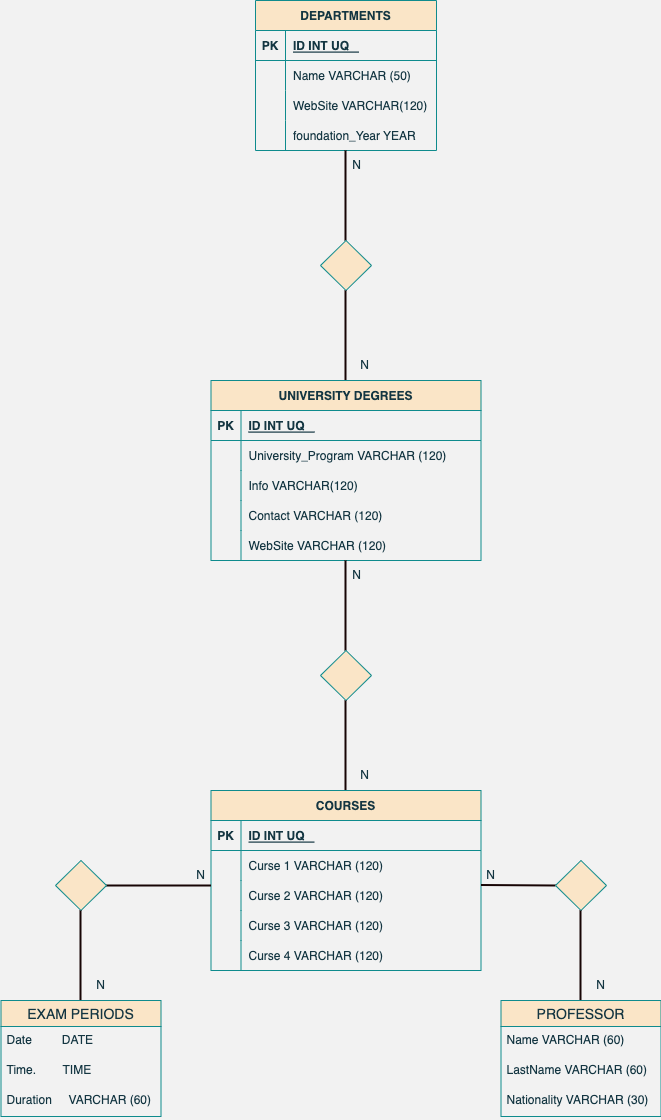
Before: db-university.png, a diagram exported from draw.io (DennisEmp/db-university). Source tidied: cells renumbered, new cells last; positions are measured from the earlier drawing's top-left corner, leaving out a move shared by most shapes.
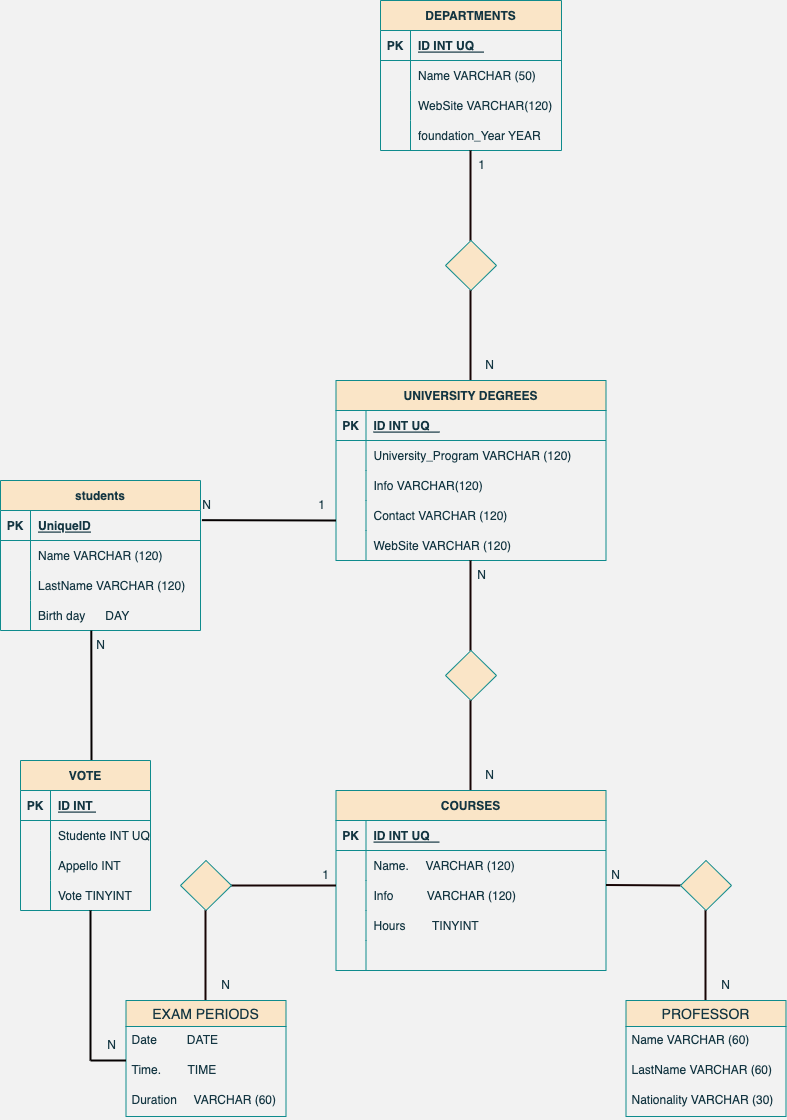
Later version of the same file.

What changed in the source:
```diff
@@ -56,7 +56,7 @@
         <mxPoint x="344" y="290" as="targetPoint" />
       </mxGeometry>
     </mxCell>
-    <mxCell id="18" value="N&lt;br&gt;" style="text;html=1;align=center;verticalAlign=middle;strokeColor=none;fillColor=none;fontColor=#143642;" parent="1" vertex="1">
+    <mxCell id="18" value="1" style="text;html=1;align=center;verticalAlign=middle;strokeColor=none;fillColor=none;fontColor=#143642;" parent="1" vertex="1">
       <mxGeometry x="340" y="150" width="30" height="30" as="geometry" />
     </mxCell>
     <mxCell id="19" value="N&lt;br&gt;" style="text;html=1;align=center;verticalAlign=middle;strokeColor=none;fillColor=none;fontColor=#143642;" parent="1" vertex="1">
@@ -149,7 +149,7 @@
     <mxCell id="46" style="shape=partialRectangle;fillColor=none;top=0;left=0;bottom=0;right=0;overflow=hidden;rounded=0;labelBackgroundColor=none;strokeColor=#0F8B8D;fontColor=#143642;" parent="45" vertex="1">
       <mxGeometry width="30" height="30" as="geometry" />
     </mxCell>
-    <mxCell id="47" value="Curse 1 VARCHAR (120)" style="shape=partialRectangle;fillColor=none;top=0;left=0;bottom=0;right=0;align=left;spacingLeft=6;overflow=hidden;rounded=0;labelBackgroundColor=none;strokeColor=#0F8B8D;fontColor=#143642;" parent="45" vertex="1">
+    <mxCell id="47" value="Name.     VARCHAR (120)" style="shape=partialRectangle;fillColor=none;top=0;left=0;bottom=0;right=0;align=left;spacingLeft=6;overflow=hidden;rounded=0;labelBackgroundColor=none;strokeColor=#0F8B8D;fontColor=#143642;" parent="45" vertex="1">
       <mxGeometry x="30" width="240" height="30" as="geometry" />
     </mxCell>
     <mxCell id="48" style="shape=tableRow;horizontal=0;startSize=0;swimlaneHead=0;swimlaneBody=0;fillColor=none;top=0;left=0;right=0;bottom=0;rounded=0;labelBackgroundColor=none;strokeColor=#0F8B8D;fontColor=#143642;" parent="41" vertex="1">
@@ -158,7 +158,7 @@
     <mxCell id="49" style="shape=partialRectangle;fillColor=none;top=0;left=0;bottom=0;right=0;overflow=hidden;rounded=0;labelBackgroundColor=none;strokeColor=#0F8B8D;fontColor=#143642;" parent="48" vertex="1">
       <mxGeometry width="30" height="30" as="geometry" />
     </mxCell>
-    <mxCell id="50" value="Curse 2 VARCHAR (120)" style="shape=partialRectangle;fillColor=none;top=0;left=0;bottom=0;right=0;align=left;spacingLeft=6;overflow=hidden;rounded=0;labelBackgroundColor=none;strokeColor=#0F8B8D;fontColor=#143642;" parent="48" vertex="1">
+    <mxCell id="50" value="Info          VARCHAR (120)" style="shape=partialRectangle;fillColor=none;top=0;left=0;bottom=0;right=0;align=left;spacingLeft=6;overflow=hidden;rounded=0;labelBackgroundColor=none;strokeColor=#0F8B8D;fontColor=#143642;" parent="48" vertex="1">
       <mxGeometry x="30" width="240" height="30" as="geometry" />
     </mxCell>
     <mxCell id="51" style="shape=tableRow;horizontal=0;startSize=0;swimlaneHead=0;swimlaneBody=0;fillColor=none;top=0;left=0;right=0;bottom=0;rounded=0;labelBackgroundColor=none;strokeColor=#0F8B8D;fontColor=#143642;" parent="41" vertex="1">
@@ -167,7 +167,7 @@
     <mxCell id="52" style="shape=partialRectangle;fillColor=none;top=0;left=0;bottom=0;right=0;overflow=hidden;rounded=0;labelBackgroundColor=none;strokeColor=#0F8B8D;fontColor=#143642;" parent="51" vertex="1">
       <mxGeometry width="30" height="30" as="geometry" />
     </mxCell>
-    <mxCell id="53" value="Curse 3 VARCHAR (120)" style="shape=partialRectangle;fillColor=none;top=0;left=0;bottom=0;right=0;align=left;spacingLeft=6;overflow=hidden;rounded=0;labelBackgroundColor=none;strokeColor=#0F8B8D;fontColor=#143642;" parent="51" vertex="1">
+    <mxCell id="53" value="Hours        TINYINT" style="shape=partialRectangle;fillColor=none;top=0;left=0;bottom=0;right=0;align=left;spacingLeft=6;overflow=hidden;rounded=0;labelBackgroundColor=none;strokeColor=#0F8B8D;fontColor=#143642;" parent="51" vertex="1">
       <mxGeometry x="30" width="240" height="30" as="geometry" />
     </mxCell>
     <mxCell id="54" style="shape=tableRow;horizontal=0;startSize=0;swimlaneHead=0;swimlaneBody=0;fillColor=none;top=0;left=0;right=0;bottom=0;strokeColor=#0F8B8D;fontColor=#143642;" parent="41" vertex="1">
@@ -176,7 +176,7 @@
     <mxCell id="55" style="shape=partialRectangle;fillColor=none;top=0;left=0;bottom=0;right=0;overflow=hidden;strokeColor=#0F8B8D;fontColor=#143642;" parent="54" vertex="1">
       <mxGeometry width="30" height="30" as="geometry" />
     </mxCell>
-    <mxCell id="56" value="Curse 4 VARCHAR (120)" style="shape=partialRectangle;fillColor=none;top=0;left=0;bottom=0;right=0;align=left;spacingLeft=6;overflow=hidden;strokeColor=#0F8B8D;fontColor=#143642;" parent="54" vertex="1">
+    <mxCell id="56" style="shape=partialRectangle;fillColor=none;top=0;left=0;bottom=0;right=0;align=left;spacingLeft=6;overflow=hidden;strokeColor=#0F8B8D;fontColor=#143642;" parent="54" vertex="1">
       <mxGeometry x="30" width="240" height="30" as="geometry" />
     </mxCell>
     <mxCell id="57" style="endArrow=none;html=1;rounded=0;strokeColor=#170404;fontColor=#143642;fillColor=#FAE5C7;strokeWidth=2;exitX=0;exitY=0.5;exitDx=0;exitDy=0;" parent="1" edge="1" source="58">
@@ -225,10 +225,10 @@
         <mxPoint x="79" y="910" as="targetPoint" />
       </mxGeometry>
     </mxCell>
-    <mxCell id="69" value="N&lt;br&gt;" style="text;html=1;align=center;verticalAlign=middle;strokeColor=none;fillColor=none;fontColor=#143642;" parent="1" vertex="1">
+    <mxCell id="69" value="1" style="text;html=1;align=center;verticalAlign=middle;strokeColor=none;fillColor=none;fontColor=#143642;" parent="1" vertex="1">
       <mxGeometry x="184" y="860" width="30" height="30" as="geometry" />
     </mxCell>
-    <mxCell id="70" value="N&lt;br&gt;" style="text;html=1;align=center;verticalAlign=middle;strokeColor=none;fillColor=none;fontColor=#143642;" parent="1" vertex="1">
+    <mxCell id="70" value="N" style="text;html=1;align=center;verticalAlign=middle;strokeColor=none;fillColor=none;fontColor=#143642;" parent="1" vertex="1">
       <mxGeometry x="84" y="970" width="30" height="30" as="geometry" />
     </mxCell>
     <mxCell id="71" value="EXAM PERIODS" style="swimlane;fontStyle=0;horizontal=1;startSize=26;align=center;fontSize=14;strokeColor=#0F8B8D;fontColor=#143642;fillColor=#FAE5C7;" parent="1" vertex="1">
@@ -243,5 +243,117 @@
     <mxCell id="74" value="Duration     VARCHAR (60)" style="text;strokeColor=none;fillColor=none;spacingLeft=4;spacingRight=4;overflow=hidden;fontSize=12;fontColor=#143642;" parent="71" vertex="1">
       <mxGeometry y="86" width="160" height="30" as="geometry" />
     </mxCell>
+    <mxCell id="75" value="students" style="shape=table;startSize=30;rowLines=0;fontStyle=1;align=center;strokeColor=#0F8B8D;fontColor=#143642;fillColor=#FAE5C7;" parent="1" vertex="1">
+      <mxGeometry x="-126" y="480" width="200" height="150" as="geometry" />
+    </mxCell>
+    <mxCell id="76" style="shape=tableRow;horizontal=0;startSize=0;swimlaneHead=0;swimlaneBody=0;fillColor=none;points=[[0,0.5],[1,0.5]];portConstraint=eastwest;top=0;left=0;right=0;bottom=1;strokeColor=#0F8B8D;fontColor=#143642;" parent="75" vertex="1">
+      <mxGeometry y="30" width="200" height="30" as="geometry" />
+    </mxCell>
+    <mxCell id="77" value="PK" style="shape=partialRectangle;fillColor=none;top=0;left=0;bottom=0;right=0;fontStyle=1;overflow=hidden;strokeColor=#0F8B8D;fontColor=#143642;" parent="76" vertex="1">
+      <mxGeometry width="30" height="30" as="geometry" />
+    </mxCell>
+    <mxCell id="78" value="UniqueID" style="shape=partialRectangle;fillColor=none;top=0;left=0;bottom=0;right=0;align=left;spacingLeft=6;fontStyle=5;overflow=hidden;strokeColor=#0F8B8D;fontColor=#143642;" parent="76" vertex="1">
+      <mxGeometry x="30" width="170" height="30" as="geometry" />
+    </mxCell>
+    <mxCell id="79" style="shape=tableRow;horizontal=0;startSize=0;swimlaneHead=0;swimlaneBody=0;fillColor=none;top=0;left=0;right=0;bottom=0;strokeColor=#0F8B8D;fontColor=#143642;" parent="75" vertex="1">
+      <mxGeometry y="60" width="200" height="30" as="geometry" />
+    </mxCell>
+    <mxCell id="80" style="shape=partialRectangle;fillColor=none;top=0;left=0;bottom=0;right=0;overflow=hidden;strokeColor=#0F8B8D;fontColor=#143642;" parent="79" vertex="1">
+      <mxGeometry width="30" height="30" as="geometry" />
+    </mxCell>
+    <mxCell id="81" value="Name VARCHAR (120)" style="shape=partialRectangle;fillColor=none;top=0;left=0;bottom=0;right=0;align=left;spacingLeft=6;overflow=hidden;strokeColor=#0F8B8D;fontColor=#143642;" parent="79" vertex="1">
+      <mxGeometry x="30" width="170" height="30" as="geometry" />
+    </mxCell>
+    <mxCell id="82" style="shape=tableRow;horizontal=0;startSize=0;swimlaneHead=0;swimlaneBody=0;fillColor=none;top=0;left=0;right=0;bottom=0;strokeColor=#0F8B8D;fontColor=#143642;" parent="75" vertex="1">
+      <mxGeometry y="90" width="200" height="30" as="geometry" />
+    </mxCell>
+    <mxCell id="83" style="shape=partialRectangle;fillColor=none;top=0;left=0;bottom=0;right=0;overflow=hidden;strokeColor=#0F8B8D;fontColor=#143642;" parent="82" vertex="1">
+      <mxGeometry width="30" height="30" as="geometry" />
+    </mxCell>
+    <mxCell id="84" value="LastName VARCHAR (120)" style="shape=partialRectangle;fillColor=none;top=0;left=0;bottom=0;right=0;align=left;spacingLeft=6;overflow=hidden;strokeColor=#0F8B8D;fontColor=#143642;" parent="82" vertex="1">
+      <mxGeometry x="30" width="170" height="30" as="geometry" />
+    </mxCell>
+    <mxCell id="85" style="shape=tableRow;horizontal=0;startSize=0;swimlaneHead=0;swimlaneBody=0;fillColor=none;points=[[0,0.5],[1,0.5]];portConstraint=eastwest;top=0;left=0;right=0;bottom=0;strokeColor=#0F8B8D;fontColor=#143642;" parent="75" vertex="1">
+      <mxGeometry y="120" width="200" height="30" as="geometry" />
+    </mxCell>
+    <mxCell id="86" style="shape=partialRectangle;fillColor=none;top=0;left=0;bottom=0;right=0;overflow=hidden;strokeColor=#0F8B8D;fontColor=#143642;" parent="85" vertex="1">
+      <mxGeometry width="30" height="30" as="geometry" />
+    </mxCell>
+    <mxCell id="87" value="Birth day      DAY" style="shape=partialRectangle;fillColor=none;top=0;left=0;bottom=0;right=0;align=left;spacingLeft=6;overflow=hidden;strokeColor=#0F8B8D;fontColor=#143642;" parent="85" vertex="1">
+      <mxGeometry x="30" width="170" height="30" as="geometry" />
+    </mxCell>
+    <mxCell id="88" style="endArrow=none;html=1;rounded=0;strokeColor=#050101;strokeWidth=2;fontColor=#143642;endSize=6;targetPerimeterSpacing=0;fillColor=#FAE5C7;exitX=1.007;exitY=0.322;exitDx=0;exitDy=0;exitPerimeter=0;" parent="1" edge="1" source="76">
+      <mxGeometry relative="1" as="geometry">
+        <mxPoint x="209.5" y="520" as="targetPoint" />
+      </mxGeometry>
+    </mxCell>
+    <mxCell id="89" style="endArrow=none;html=1;rounded=0;strokeColor=#050101;strokeWidth=2;fontColor=#143642;endSize=6;targetPerimeterSpacing=0;fillColor=#FAE5C7;entryX=0.454;entryY=1.003;entryDx=0;entryDy=0;entryPerimeter=0;" parent="1" edge="1" target="85">
+      <mxGeometry relative="1" as="geometry">
+        <mxPoint x="-35" y="760" as="sourcePoint" />
+      </mxGeometry>
+    </mxCell>
+    <mxCell id="90" style="endArrow=none;html=1;rounded=0;strokeColor=#050101;strokeWidth=2;fontColor=#143642;endSize=6;targetPerimeterSpacing=0;fillColor=#FAE5C7;" parent="1" edge="1">
+      <mxGeometry relative="1" as="geometry">
+        <mxPoint x="-36" y="1060" as="sourcePoint" />
+        <mxPoint x="-0.5" y="1060" as="targetPoint" />
+      </mxGeometry>
+    </mxCell>
+    <mxCell id="91" value="N&lt;br&gt;" style="text;html=1;align=center;verticalAlign=middle;strokeColor=none;fillColor=none;fontColor=#143642;" parent="1" vertex="1">
+      <mxGeometry x="-30.5" y="1030" width="30" height="30" as="geometry" />
+    </mxCell>
+    <mxCell id="92" value="N&lt;br&gt;" style="text;html=1;align=center;verticalAlign=middle;strokeColor=none;fillColor=none;fontColor=#143642;" parent="1" vertex="1">
+      <mxGeometry x="-41" y="630" width="30" height="30" as="geometry" />
+    </mxCell>
+    <mxCell id="93" value="1" style="text;html=1;align=center;verticalAlign=middle;strokeColor=none;fillColor=none;fontColor=#143642;" parent="1" vertex="1">
+      <mxGeometry x="179.5" y="490" width="30" height="30" as="geometry" />
+    </mxCell>
+    <mxCell id="94" value="N&lt;br&gt;" style="text;html=1;align=center;verticalAlign=middle;strokeColor=none;fillColor=none;fontColor=#143642;" parent="1" vertex="1">
+      <mxGeometry x="64.5" y="490" width="30" height="30" as="geometry" />
+    </mxCell>
+    <mxCell id="95" value="VOTE" style="shape=table;startSize=30;rowLines=0;fontStyle=1;align=center;strokeColor=#0F8B8D;fontColor=#143642;fillColor=#FAE5C7;" parent="1" vertex="1">
+      <mxGeometry x="-106" y="760" width="130" height="150" as="geometry" />
+    </mxCell>
+    <mxCell id="96" style="shape=tableRow;horizontal=0;startSize=0;swimlaneHead=0;swimlaneBody=0;fillColor=none;top=0;left=0;right=0;bottom=1;strokeColor=#0F8B8D;fontColor=#143642;" parent="95" vertex="1">
+      <mxGeometry y="30" width="130" height="30" as="geometry" />
+    </mxCell>
+    <mxCell id="97" value="PK" style="shape=partialRectangle;fillColor=none;top=0;left=0;bottom=0;right=0;fontStyle=1;overflow=hidden;strokeColor=#0F8B8D;fontColor=#143642;" parent="96" vertex="1">
+      <mxGeometry width="30" height="30" as="geometry" />
+    </mxCell>
+    <mxCell id="98" value="ID INT " style="shape=partialRectangle;fillColor=none;top=0;left=0;bottom=0;right=0;align=left;spacingLeft=6;fontStyle=5;overflow=hidden;strokeColor=#0F8B8D;fontColor=#143642;" parent="96" vertex="1">
+      <mxGeometry x="30" width="100" height="30" as="geometry" />
+    </mxCell>
+    <mxCell id="99" style="shape=tableRow;horizontal=0;startSize=0;swimlaneHead=0;swimlaneBody=0;fillColor=none;top=0;left=0;right=0;bottom=0;strokeColor=#0F8B8D;fontColor=#143642;" parent="95" vertex="1">
+      <mxGeometry y="60" width="130" height="30" as="geometry" />
+    </mxCell>
+    <mxCell id="100" style="shape=partialRectangle;fillColor=none;top=0;left=0;bottom=0;right=0;overflow=hidden;strokeColor=#0F8B8D;fontColor=#143642;" parent="99" vertex="1">
+      <mxGeometry width="30" height="30" as="geometry" />
+    </mxCell>
+    <mxCell id="101" value="Studente INT UQ" style="shape=partialRectangle;fillColor=none;top=0;left=0;bottom=0;right=0;align=left;spacingLeft=6;overflow=hidden;strokeColor=#0F8B8D;fontColor=#143642;" parent="99" vertex="1">
+      <mxGeometry x="30" width="100" height="30" as="geometry" />
+    </mxCell>
+    <mxCell id="102" style="shape=tableRow;horizontal=0;startSize=0;swimlaneHead=0;swimlaneBody=0;fillColor=none;top=0;left=0;right=0;bottom=0;strokeColor=#0F8B8D;fontColor=#143642;" parent="95" vertex="1">
+      <mxGeometry y="90" width="130" height="30" as="geometry" />
+    </mxCell>
+    <mxCell id="103" style="shape=partialRectangle;fillColor=none;top=0;left=0;bottom=0;right=0;overflow=hidden;strokeColor=#0F8B8D;fontColor=#143642;" parent="102" vertex="1">
+      <mxGeometry width="30" height="30" as="geometry" />
+    </mxCell>
+    <mxCell id="104" value="Appello INT " style="shape=partialRectangle;fillColor=none;top=0;left=0;bottom=0;right=0;align=left;spacingLeft=6;overflow=hidden;strokeColor=#0F8B8D;fontColor=#143642;" parent="102" vertex="1">
+      <mxGeometry x="30" width="100" height="30" as="geometry" />
+    </mxCell>
+    <mxCell id="105" style="shape=tableRow;horizontal=0;startSize=0;swimlaneHead=0;swimlaneBody=0;fillColor=none;top=0;left=0;right=0;bottom=0;strokeColor=#0F8B8D;fontColor=#143642;" parent="95" vertex="1">
+      <mxGeometry y="120" width="130" height="30" as="geometry" />
+    </mxCell>
+    <mxCell id="106" style="shape=partialRectangle;fillColor=none;top=0;left=0;bottom=0;right=0;overflow=hidden;strokeColor=#0F8B8D;fontColor=#143642;" parent="105" vertex="1">
+      <mxGeometry width="30" height="30" as="geometry" />
+    </mxCell>
+    <mxCell id="107" value="Vote TINYINT" style="shape=partialRectangle;fillColor=none;top=0;left=0;bottom=0;right=0;align=left;spacingLeft=6;overflow=hidden;strokeColor=#0F8B8D;fontColor=#143642;" parent="105" vertex="1">
+      <mxGeometry x="30" width="100" height="30" as="geometry" />
+    </mxCell>
+    <mxCell id="108" style="endArrow=none;html=1;rounded=0;strokeColor=#050101;strokeWidth=2;fontColor=#143642;endSize=6;targetPerimeterSpacing=0;fillColor=#FAE5C7;entryX=0.454;entryY=1.003;entryDx=0;entryDy=0;entryPerimeter=0;" parent="1" edge="1">
+      <mxGeometry relative="1" as="geometry">
+        <mxPoint x="-36" y="1060" as="sourcePoint" />
+        <mxPoint x="-36" y="910" as="targetPoint" />
+      </mxGeometry>
+    </mxCell>
   </root>
 </mxGraphModel>
```
